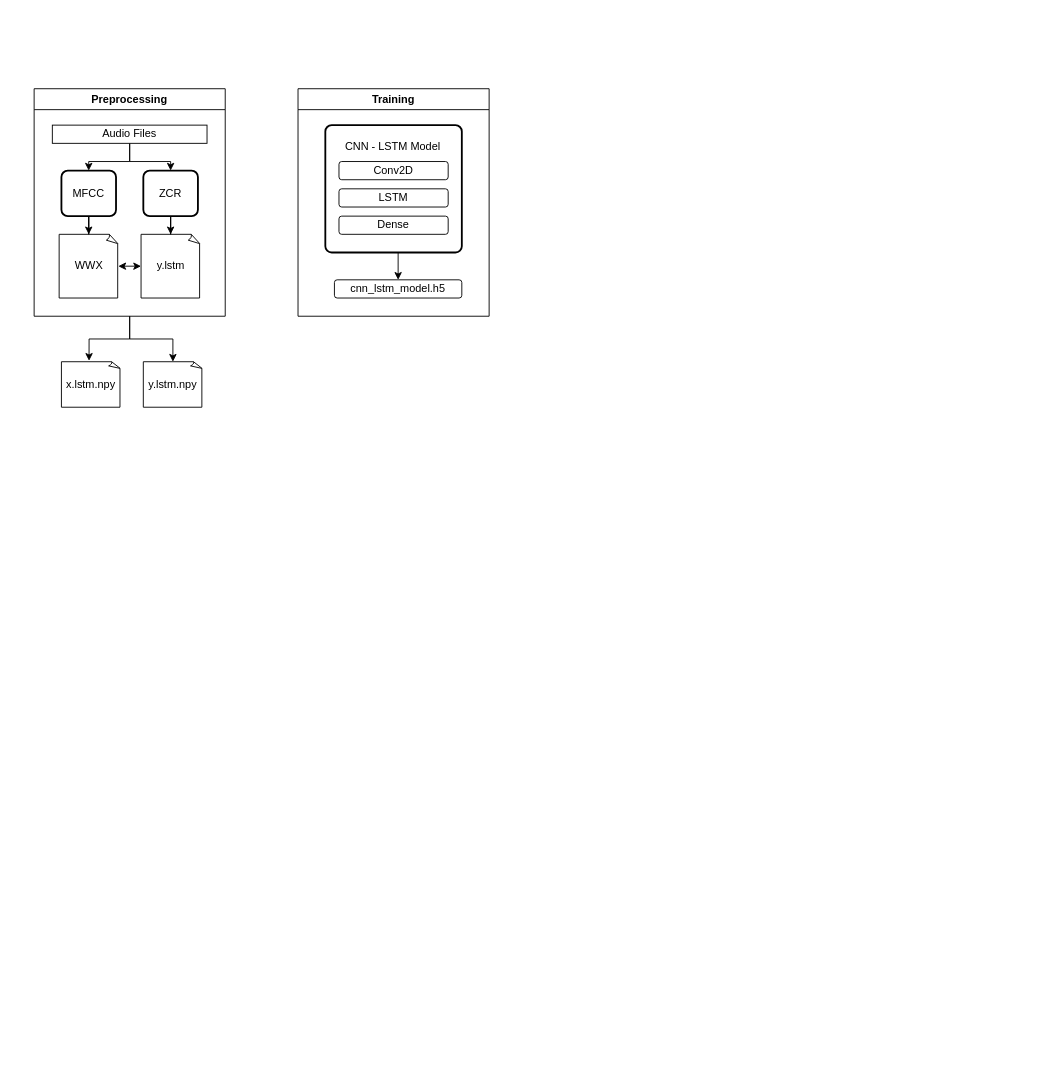
Before: 제목 없는 다이어그램.drawio in jammmin02/sound-binary-classifier, a draw.io diagram. Source tidied: cells renumbered, new cells numbered last; positions are measured from the earlier drawing's top-left corner, leaving out a move shared by most shapes. Both pictures are drawn from the tidied source at 91%, with x=0, y=0 at pixel (34, 88).
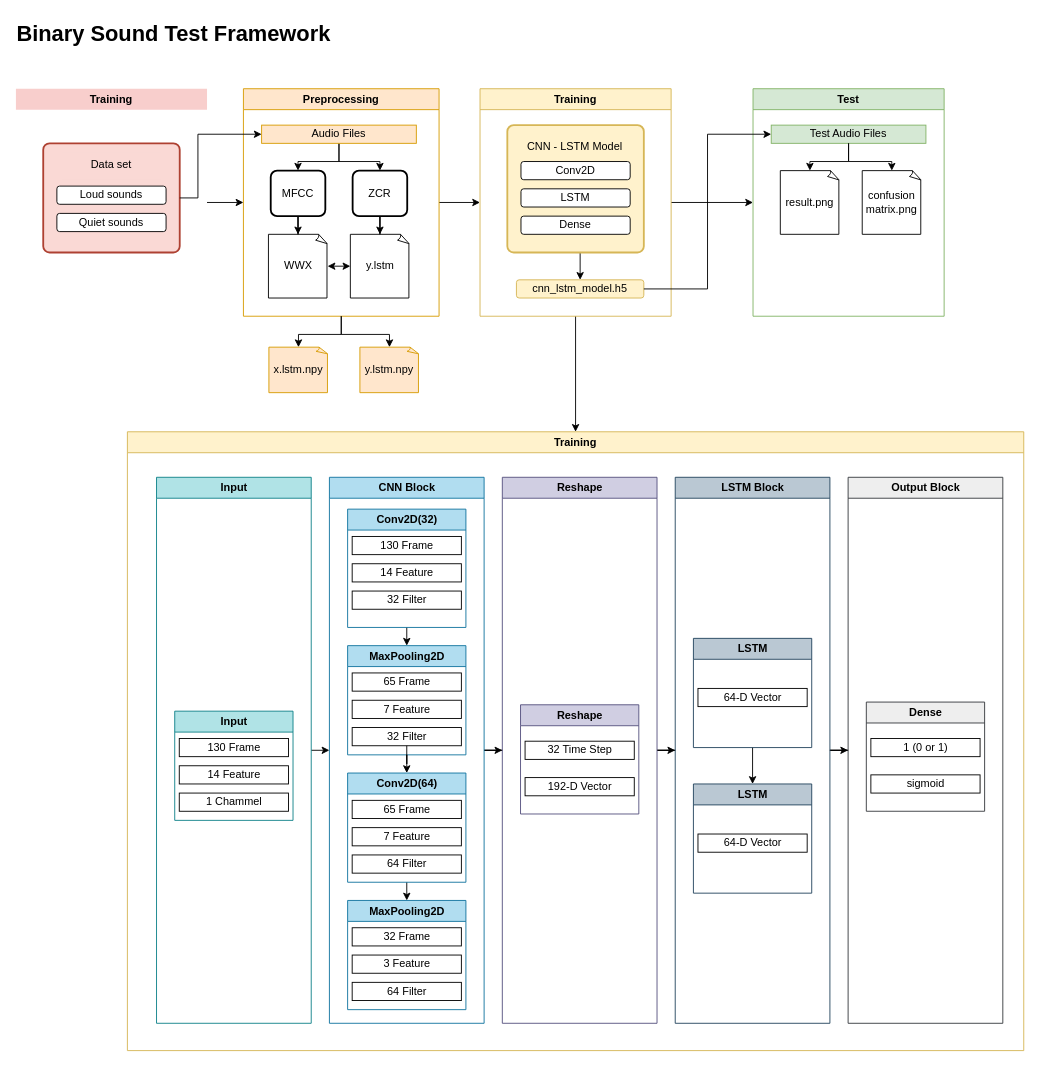
Above is the later version.

Commit message:
제목 없는 다이어그램.drawio 업데이트

What changed in the source:
```diff
@@
-    <mxCell id="2" style="edgeStyle=orthogonalEdgeStyle;rounded=0;jettySize=auto;html=1;entryX=0.467;entryY=-0.02;entryDx=0;entryDy=0;entryPerimeter=0;" parent="1" edge="1" source="4" target="15">
-      <mxGeometry relative="1" as="geometry" />
-    </mxCell>
-    <mxCell id="3" style="edgeStyle=orthogonalEdgeStyle;rounded=0;jettySize=auto;html=1;" parent="1" edge="1" source="4" target="16">
-      <mxGeometry relative="1" as="geometry" />
-    </mxCell>
+    <mxCell id="25" style="edgeStyle=orthogonalEdgeStyle;rounded=0;jettySize=auto;html=1;entryX=0;entryY=0.5;entryDx=0;entryDy=0;" parent="1" edge="1" source="4" target="17">
+      <mxGeometry relative="1" as="geometry" />
+    </mxCell>
-    <mxCell id="4" value="Preprocessing" style="swimlane;whiteSpace=wrap;html=1;" parent="1" vertex="1">
-      <mxGeometry width="210" height="250" as="geometry" />
+    <mxCell id="4" value="Preprocessing" style="swimlane;whiteSpace=wrap;html=1;fillColor=#ffe6cc;strokeColor=#d79b00;" parent="1" vertex="1">
+      <mxGeometry x="230" width="215" height="250" as="geometry" />
     </mxCell>
@@
-    <mxCell id="7" value="Audio Files" style="rounded=0;whiteSpace=wrap;html=1;" parent="4" vertex="1">
+    <mxCell id="7" value="Audio Files" style="rounded=0;whiteSpace=wrap;html=1;fillColor=#ffe6cc;strokeColor=#d79b00;" parent="4" vertex="1">
       <mxGeometry x="20" y="40" width="170" height="20" as="geometry" />
     </mxCell>
-    <mxCell id="8" value="MFCC" style="rounded=1;whiteSpace=wrap;html=1;absoluteArcSize=1;arcSize=14;strokeWidth=2;" parent="4" vertex="1">
+    <mxCell id="8" value="MFCC" style="rounded=1;whiteSpace=wrap;html=1;absoluteArcSize=1;arcSize=14;strokeWidth=2;fillColor=none;" parent="4" vertex="1">
       <mxGeometry x="30" y="90" width="60" height="50" as="geometry" />
     </mxCell>
-    <mxCell id="9" value="ZCR" style="rounded=1;whiteSpace=wrap;html=1;absoluteArcSize=1;arcSize=14;strokeWidth=2;" parent="4" vertex="1">
+    <mxCell id="9" value="ZCR" style="rounded=1;whiteSpace=wrap;html=1;absoluteArcSize=1;arcSize=14;strokeWidth=2;fillColor=none;" parent="4" vertex="1">
       <mxGeometry x="120" y="90" width="60" height="50" as="geometry" />
     </mxCell>
@@
-    <mxCell id="15" value="x.lstm.npy" style="whiteSpace=wrap;html=1;shape=mxgraph.basic.document;" parent="1" vertex="1">
-      <mxGeometry x="30" y="300" width="65" height="50" as="geometry" />
+    <mxCell id="15" value="x.lstm.npy" style="whiteSpace=wrap;html=1;shape=mxgraph.basic.document;fillColor=#ffe6cc;strokeColor=#d79b00;" parent="1" vertex="1">
+      <mxGeometry x="258" y="284" width="65" height="50" as="geometry" />
     </mxCell>
-    <mxCell id="16" value="y.lstm.npy" style="whiteSpace=wrap;html=1;shape=mxgraph.basic.document;" parent="1" vertex="1">
-      <mxGeometry x="120" y="300" width="65" height="50" as="geometry" />
+    <mxCell id="16" value="y.lstm.npy" style="whiteSpace=wrap;html=1;shape=mxgraph.basic.document;fillColor=#ffe6cc;strokeColor=#d79b00;" parent="1" vertex="1">
+      <mxGeometry x="358" y="284" width="65" height="50" as="geometry" />
     </mxCell>
+    <mxCell id="26" style="edgeStyle=orthogonalEdgeStyle;rounded=0;jettySize=auto;html=1;exitX=1;exitY=0.5;exitDx=0;exitDy=0;entryX=0;entryY=0.5;entryDx=0;entryDy=0;" parent="1" edge="1" source="17" target="28">
+      <mxGeometry relative="1" as="geometry" />
+    </mxCell>
+    <mxCell id="27" style="edgeStyle=orthogonalEdgeStyle;rounded=0;jettySize=auto;html=1;exitX=0.5;exitY=1;exitDx=0;exitDy=0;" parent="1" edge="1" source="17" target="78">
+      <mxGeometry relative="1" as="geometry" />
+    </mxCell>
-    <mxCell id="17" value="Training" style="swimlane;whiteSpace=wrap;html=1;" parent="1" vertex="1">
-      <mxGeometry x="290" width="210" height="250" as="geometry" />
+    <mxCell id="17" value="Training" style="swimlane;whiteSpace=wrap;html=1;fillColor=#fff2cc;strokeColor=#d6b656;" parent="1" vertex="1">
+      <mxGeometry x="490" width="210" height="250" as="geometry" />
     </mxCell>
@@
-    <mxCell id="19" style="rounded=1;whiteSpace=wrap;html=1;absoluteArcSize=1;arcSize=14;strokeWidth=2;align=center;" parent="17" vertex="1">
+    <mxCell id="19" style="rounded=1;whiteSpace=wrap;html=1;absoluteArcSize=1;arcSize=14;strokeWidth=2;align=center;fillColor=#fff2cc;strokeColor=#d6b656;" parent="17" vertex="1">
       <mxGeometry x="30" y="40" width="150" height="140" as="geometry" />
     </mxCell>
@@
-    <mxCell id="24" value="cnn_lstm_model.h5" style="rounded=1;whiteSpace=wrap;html=1;" parent="17" vertex="1">
+    <mxCell id="24" value="cnn_lstm_model.h5" style="rounded=1;whiteSpace=wrap;html=1;fillColor=#fff2cc;strokeColor=#d6b656;" parent="17" vertex="1">
       <mxGeometry x="40" y="210" width="140" height="20" as="geometry" />
     </mxCell>
+    <mxCell id="28" value="Test" style="swimlane;whiteSpace=wrap;html=1;fillColor=#d5e8d4;strokeColor=#82b366;" parent="1" vertex="1">
+      <mxGeometry x="790" width="210" height="250" as="geometry" />
+    </mxCell>
+    <mxCell id="29" value="Test Audio Files" style="rounded=0;whiteSpace=wrap;html=1;fillColor=#d5e8d4;strokeColor=#82b366;" parent="28" vertex="1">
+      <mxGeometry x="20" y="40" width="170" height="20" as="geometry" />
+    </mxCell>
+    <mxCell id="30" value="result.png" style="whiteSpace=wrap;html=1;shape=mxgraph.basic.document;fillColor=none;" parent="28" vertex="1">
+      <mxGeometry x="30" y="90" width="65" height="70" as="geometry" />
+    </mxCell>
+    <mxCell id="31" value="confusion&lt;div&gt;matrix.png&lt;/div&gt;" style="whiteSpace=wrap;html=1;shape=mxgraph.basic.document;fillColor=none;" parent="28" vertex="1">
+      <mxGeometry x="120" y="90" width="65" height="70" as="geometry" />
+    </mxCell>
+    <mxCell id="32" style="edgeStyle=orthogonalEdgeStyle;rounded=0;jettySize=auto;html=1;exitX=0.5;exitY=1;exitDx=0;exitDy=0;entryX=0.5;entryY=0;entryDx=0;entryDy=0;entryPerimeter=0;" parent="28" edge="1" source="29" target="30">
+      <mxGeometry relative="1" as="geometry" />
+    </mxCell>
+    <mxCell id="33" style="edgeStyle=orthogonalEdgeStyle;rounded=0;jettySize=auto;html=1;entryX=0.5;entryY=0;entryDx=0;entryDy=0;entryPerimeter=0;" parent="28" edge="1" source="29" target="31">
+      <mxGeometry relative="1" as="geometry" />
+    </mxCell>
+    <mxCell id="34" style="edgeStyle=orthogonalEdgeStyle;rounded=0;jettySize=auto;html=1;entryX=0;entryY=0.5;entryDx=0;entryDy=0;" parent="1" edge="1" source="24" target="29">
+      <mxGeometry relative="1" as="geometry" />
+    </mxCell>
+    <mxCell id="35" style="edgeStyle=orthogonalEdgeStyle;rounded=0;jettySize=auto;html=1;exitX=0.5;exitY=1;exitDx=0;exitDy=0;entryX=0.5;entryY=0;entryDx=0;entryDy=0;" parent="1" edge="1" source="36" target="40">
+      <mxGeometry relative="1" as="geometry" />
+    </mxCell>
+    <mxCell id="36" value="&lt;span class=&quot;notion-enable-hover&quot;&gt;Conv2D(32)&lt;/span&gt;" style="swimlane;whiteSpace=wrap;html=1;fillColor=#b1ddf0;strokeColor=#10739e;" parent="1" vertex="1">
+      <mxGeometry x="344.5" y="462" width="130" height="130" as="geometry" />
+    </mxCell>
+    <mxCell id="37" value="130 Frame" style="rounded=0;whiteSpace=wrap;html=1;" parent="36" vertex="1">
+      <mxGeometry x="5" y="30" width="120" height="20" as="geometry" />
+    </mxCell>
+    <mxCell id="38" value="14 Feature" style="rounded=0;whiteSpace=wrap;html=1;" parent="36" vertex="1">
+      <mxGeometry x="5" y="60" width="120" height="20" as="geometry" />
+    </mxCell>
+    <mxCell id="39" value="32 Filter" style="rounded=0;whiteSpace=wrap;html=1;" parent="36" vertex="1">
+      <mxGeometry x="5" y="90" width="120" height="20" as="geometry" />
+    </mxCell>
+    <mxCell id="40" value="&lt;span class=&quot;notion-enable-hover&quot;&gt;MaxPooling&lt;/span&gt;&lt;span class=&quot;notion-enable-hover&quot;&gt;2D&lt;/span&gt;" style="swimlane;whiteSpace=wrap;html=1;fillColor=#b1ddf0;strokeColor=#10739e;" parent="1" vertex="1">
+      <mxGeometry x="344.5" y="612" width="130" height="120" as="geometry" />
+    </mxCell>
+    <mxCell id="41" value="65 Frame" style="rounded=0;whiteSpace=wrap;html=1;" parent="40" vertex="1">
+      <mxGeometry x="5" y="30" width="120" height="20" as="geometry" />
+    </mxCell>
+    <mxCell id="42" value="7 Feature" style="rounded=0;whiteSpace=wrap;html=1;" parent="40" vertex="1">
+      <mxGeometry x="5" y="60" width="120" height="20" as="geometry" />
+    </mxCell>
+    <mxCell id="43" value="32 Filter" style="rounded=0;whiteSpace=wrap;html=1;" parent="40" vertex="1">
+      <mxGeometry x="5" y="90" width="120" height="20" as="geometry" />
+    </mxCell>
+    <mxCell id="44" style="edgeStyle=orthogonalEdgeStyle;rounded=0;jettySize=auto;html=1;exitX=0.5;exitY=1;exitDx=0;exitDy=0;entryX=0.5;entryY=0;entryDx=0;entryDy=0;" parent="1" edge="1" source="45" target="49">
+      <mxGeometry relative="1" as="geometry" />
+    </mxCell>
+    <mxCell id="45" value="Conv2D(64)" style="swimlane;whiteSpace=wrap;html=1;fillColor=#b1ddf0;strokeColor=#10739e;" parent="1" vertex="1">
+      <mxGeometry x="344.5" y="752" width="130" height="120" as="geometry" />
+    </mxCell>
+    <mxCell id="46" value="65 Frame" style="rounded=0;whiteSpace=wrap;html=1;" parent="45" vertex="1">
+      <mxGeometry x="5" y="30" width="120" height="20" as="geometry" />
+    </mxCell>
+    <mxCell id="47" value="7 Feature" style="rounded=0;whiteSpace=wrap;html=1;" parent="45" vertex="1">
+      <mxGeometry x="5" y="60" width="120" height="20" as="geometry" />
+    </mxCell>
+    <mxCell id="48" value="64 Filter" style="rounded=0;whiteSpace=wrap;html=1;" parent="45" vertex="1">
+      <mxGeometry x="5" y="90" width="120" height="20" as="geometry" />
+    </mxCell>
+    <mxCell id="49" value="&lt;span class=&quot;notion-enable-hover&quot;&gt;MaxPooling&lt;/span&gt;&lt;span class=&quot;notion-enable-hover&quot;&gt;2D&lt;/span&gt;" style="swimlane;whiteSpace=wrap;html=1;fillColor=#b1ddf0;strokeColor=#10739e;" parent="1" vertex="1">
+      <mxGeometry x="344.5" y="892" width="130" height="120" as="geometry" />
+    </mxCell>
+    <mxCell id="50" value="32 Frame" style="rounded=0;whiteSpace=wrap;html=1;" parent="49" vertex="1">
+      <mxGeometry x="5" y="30" width="120" height="20" as="geometry" />
+    </mxCell>
+    <mxCell id="51" value="3 Feature" style="rounded=0;whiteSpace=wrap;html=1;" parent="49" vertex="1">
+      <mxGeometry x="5" y="60" width="120" height="20" as="geometry" />
+    </mxCell>
+    <mxCell id="52" value="64 Filter" style="rounded=0;whiteSpace=wrap;html=1;" parent="49" vertex="1">
+      <mxGeometry x="5" y="90" width="120" height="20" as="geometry" />
+    </mxCell>
+    <mxCell id="53" style="edgeStyle=orthogonalEdgeStyle;rounded=0;jettySize=auto;html=1;exitX=0.5;exitY=1;exitDx=0;exitDy=0;entryX=0.5;entryY=0;entryDx=0;entryDy=0;" parent="1" edge="1" source="54" target="56">
+      <mxGeometry relative="1" as="geometry" />
+    </mxCell>
+    <mxCell id="54" value="LSTM" style="swimlane;whiteSpace=wrap;html=1;fillColor=#bac8d3;strokeColor=#23445d;" parent="1" vertex="1">
+      <mxGeometry x="724.5" y="604" width="130" height="120" as="geometry" />
+    </mxCell>
+    <mxCell id="55" value="64-D Vector" style="rounded=0;whiteSpace=wrap;html=1;" parent="54" vertex="1">
+      <mxGeometry x="5" y="55" width="120" height="20" as="geometry" />
+    </mxCell>
+    <mxCell id="56" value="LSTM" style="swimlane;whiteSpace=wrap;html=1;fillColor=#bac8d3;strokeColor=#23445d;" parent="1" vertex="1">
+      <mxGeometry x="724.5" y="764" width="130" height="120" as="geometry" />
+    </mxCell>
+    <mxCell id="57" value="64-D Vector" style="rounded=0;whiteSpace=wrap;html=1;" parent="56" vertex="1">
+      <mxGeometry x="5" y="55" width="120" height="20" as="geometry" />
+    </mxCell>
+    <mxCell id="58" style="edgeStyle=orthogonalEdgeStyle;rounded=0;jettySize=auto;html=1;exitX=1;exitY=0.5;exitDx=0;exitDy=0;entryX=0;entryY=0.5;entryDx=0;entryDy=0;" parent="1" edge="1" source="59" target="65">
+      <mxGeometry relative="1" as="geometry" />
+    </mxCell>
+    <mxCell id="59" value="Input" style="swimlane;whiteSpace=wrap;html=1;fillColor=#b0e3e6;strokeColor=#0e8088;" parent="1" vertex="1">
+      <mxGeometry x="134.5" y="427" width="170" height="600" as="geometry" />
+    </mxCell>
+    <mxCell id="60" value="Input" style="swimlane;whiteSpace=wrap;html=1;fillColor=#b0e3e6;strokeColor=#0e8088;" parent="59" vertex="1">
+      <mxGeometry x="20" y="257" width="130" height="120" as="geometry" />
+    </mxCell>
+    <mxCell id="61" value="130 Frame" style="rounded=0;whiteSpace=wrap;html=1;" parent="60" vertex="1">
+      <mxGeometry x="5" y="30" width="120" height="20" as="geometry" />
+    </mxCell>
+    <mxCell id="62" value="14 Feature" style="rounded=0;whiteSpace=wrap;html=1;" parent="60" vertex="1">
+      <mxGeometry x="5" y="60" width="120" height="20" as="geometry" />
+    </mxCell>
+    <mxCell id="63" value="1 Chammel" style="rounded=0;whiteSpace=wrap;html=1;" parent="60" vertex="1">
+      <mxGeometry x="5" y="90" width="120" height="20" as="geometry" />
+    </mxCell>
+    <mxCell id="64" style="edgeStyle=orthogonalEdgeStyle;rounded=0;jettySize=auto;html=1;entryX=0;entryY=0.5;entryDx=0;entryDy=0;" parent="1" edge="1" source="65" target="67">
+      <mxGeometry relative="1" as="geometry" />
+    </mxCell>
+    <mxCell id="65" value="CNN Block" style="swimlane;whiteSpace=wrap;html=1;fillColor=#b1ddf0;strokeColor=#10739e;" parent="1" vertex="1">
+      <mxGeometry x="324.5" y="427" width="170" height="600" as="geometry" />
+    </mxCell>
+    <mxCell id="66" style="edgeStyle=orthogonalEdgeStyle;rounded=0;jettySize=auto;html=1;entryX=0;entryY=0.5;entryDx=0;entryDy=0;" parent="1" edge="1" source="67" target="72">
+      <mxGeometry relative="1" as="geometry" />
+    </mxCell>
+    <mxCell id="67" value="Reshape" style="swimlane;whiteSpace=wrap;html=1;fillColor=#d0cee2;strokeColor=#56517e;" parent="1" vertex="1">
+      <mxGeometry x="514.5" y="427" width="170" height="600" as="geometry" />
+    </mxCell>
+    <mxCell id="68" value="Reshape" style="swimlane;whiteSpace=wrap;html=1;fillColor=#d0cee2;strokeColor=#56517e;" parent="67" vertex="1">
+      <mxGeometry x="20" y="250" width="130" height="120" as="geometry" />
+    </mxCell>
+    <mxCell id="69" value="32 Time Step" style="rounded=0;whiteSpace=wrap;html=1;" parent="68" vertex="1">
+      <mxGeometry x="5" y="40" width="120" height="20" as="geometry" />
+    </mxCell>
+    <mxCell id="70" value="192-D Vector" style="rounded=0;whiteSpace=wrap;html=1;" parent="68" vertex="1">
+      <mxGeometry x="5" y="80" width="120" height="20" as="geometry" />
+    </mxCell>
+    <mxCell id="71" style="edgeStyle=orthogonalEdgeStyle;rounded=0;jettySize=auto;html=1;entryX=0;entryY=0.5;entryDx=0;entryDy=0;" parent="1" edge="1" source="72" target="73">
+      <mxGeometry relative="1" as="geometry" />
+    </mxCell>
+    <mxCell id="72" value="LSTM Block" style="swimlane;whiteSpace=wrap;html=1;fillColor=#bac8d3;strokeColor=#23445d;" parent="1" vertex="1">
+      <mxGeometry x="704.5" y="427" width="170" height="600" as="geometry" />
+    </mxCell>
+    <mxCell id="73" value="Output Block" style="swimlane;whiteSpace=wrap;html=1;fillColor=#eeeeee;strokeColor=#36393d;" parent="1" vertex="1">
+      <mxGeometry x="894.5" y="427" width="170" height="600" as="geometry" />
+    </mxCell>
+    <mxCell id="74" value="Dense" style="swimlane;whiteSpace=wrap;html=1;fillColor=#eeeeee;strokeColor=#36393d;" parent="73" vertex="1">
+      <mxGeometry x="20" y="247" width="130" height="120" as="geometry" />
+    </mxCell>
+    <mxCell id="75" value="1 (0 or 1)" style="rounded=0;whiteSpace=wrap;html=1;" parent="74" vertex="1">
+      <mxGeometry x="5" y="40" width="120" height="20" as="geometry" />
+    </mxCell>
+    <mxCell id="76" value="sigmoid" style="rounded=0;whiteSpace=wrap;html=1;" parent="74" vertex="1">
+      <mxGeometry x="5" y="80" width="120" height="20" as="geometry" />
+    </mxCell>
+    <mxCell id="77" style="edgeStyle=orthogonalEdgeStyle;rounded=0;jettySize=auto;html=1;entryX=0.5;entryY=0;entryDx=0;entryDy=0;" parent="1" edge="1" source="43" target="45">
+      <mxGeometry relative="1" as="geometry" />
+    </mxCell>
+    <mxCell id="78" value="Training" style="swimlane;fillColor=#fff2cc;strokeColor=#d6b656;" parent="1" vertex="1">
+      <mxGeometry x="102.5" y="377" width="985" height="680" as="geometry" />
+    </mxCell>
+    <mxCell id="2" style="edgeStyle=orthogonalEdgeStyle;rounded=0;jettySize=auto;html=1;exitX=0.5;exitY=1;exitDx=0;exitDy=0;entryX=0.5;entryY=0;entryDx=0;entryDy=0;entryPerimeter=0;" parent="1" edge="1" source="4" target="15">
+      <mxGeometry relative="1" as="geometry" />
+    </mxCell>
+    <mxCell id="3" style="edgeStyle=orthogonalEdgeStyle;rounded=0;jettySize=auto;html=1;entryX=0.5;entryY=0;entryDx=0;entryDy=0;entryPerimeter=0;" parent="1" edge="1" source="4" target="16">
+      <mxGeometry relative="1" as="geometry" />
+    </mxCell>
+    <mxCell id="79" style="edgeStyle=orthogonalEdgeStyle;rounded=0;jettySize=auto;html=1;exitX=1;exitY=0.5;exitDx=0;exitDy=0;entryX=0;entryY=0.5;entryDx=0;entryDy=0;" parent="1" edge="1" source="80" target="4">
+      <mxGeometry relative="1" as="geometry" />
+    </mxCell>
+    <mxCell id="80" value="Training" style="swimlane;whiteSpace=wrap;html=1;fillColor=#f8cecc;strokeColor=none;" parent="1" vertex="1">
+      <mxGeometry x="-20" width="210" height="250" as="geometry" />
+    </mxCell>
+    <mxCell id="81" style="rounded=1;whiteSpace=wrap;html=1;absoluteArcSize=1;arcSize=14;strokeWidth=2;align=center;fillColor=#fad9d5;strokeColor=#ae4132;" parent="80" vertex="1">
+      <mxGeometry x="30" y="60" width="150" height="120" as="geometry" />
+    </mxCell>
+    <mxCell id="82" value="Loud sounds" style="rounded=1;whiteSpace=wrap;html=1;" parent="80" vertex="1">
+      <mxGeometry x="45" y="107" width="120" height="20" as="geometry" />
+    </mxCell>
+    <mxCell id="83" value="&lt;div style=&quot;&quot;&gt;Data set&lt;/div&gt;" style="text;whiteSpace=wrap;html=1;align=center;fillColor=#fad9d5;strokeColor=none;" parent="80" vertex="1">
+      <mxGeometry x="50" y="70" width="110" height="30" as="geometry" />
+    </mxCell>
+    <mxCell id="84" value="Quiet sounds" style="rounded=1;whiteSpace=wrap;html=1;" parent="80" vertex="1">
+      <mxGeometry x="45" y="137" width="120" height="20" as="geometry" />
+    </mxCell>
+    <mxCell id="85" style="edgeStyle=orthogonalEdgeStyle;rounded=0;jettySize=auto;html=1;exitX=1;exitY=0.5;exitDx=0;exitDy=0;entryX=0;entryY=0.5;entryDx=0;entryDy=0;" parent="1" edge="1" source="81" target="7">
+      <mxGeometry relative="1" as="geometry">
+        <Array as="points">
+          <mxPoint x="180" y="120" />
+          <mxPoint x="180" y="50" />
+        </Array>
+      </mxGeometry>
+    </mxCell>
+    <mxCell id="86" value="Binary Sound Test Framework" style="text;strokeColor=none;fillColor=none;html=1;fontSize=24;fontStyle=1;verticalAlign=middle;align=center;" parent="1" vertex="1">
+      <mxGeometry x="103" y="-80" width="100" height="40" as="geometry" />
+    </mxCell>
```
